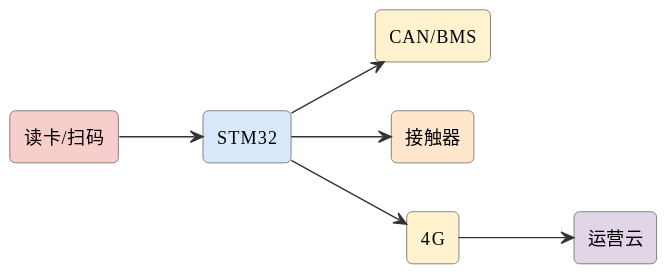
Before: assets/diagrams/ideas-fig68.svg, a diagram exported from PlantUML (mingyi0818/IntelligentMcuCourse).
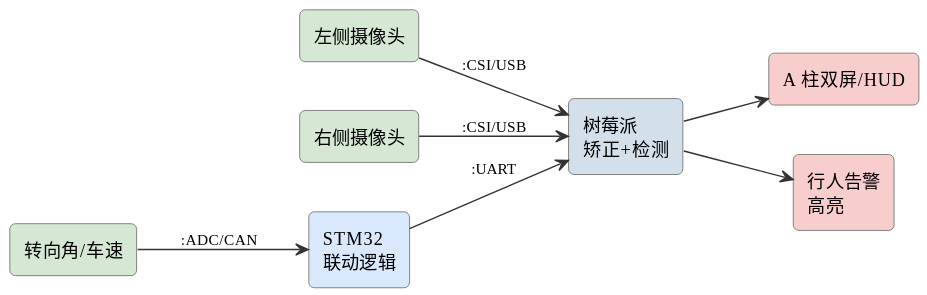
After the change.

The edit, as a diff of the source:
```diff
@@ -6,15 +6,17 @@
 skinparam arrowFontSize 11
 skinparam arrowColor #333
 left to right direction
-rectangle "读卡/扫码" as auth #f8cecc
-rectangle "STM32" as stm #dae8fc
-rectangle "CAN/BMS" as can #fff2cc
-rectangle "接触器" as relay #ffe6cc
-rectangle "4G" as g #fff2cc
-rectangle "运营云" as cloud #e1d5e8
-auth --> stm
-stm --> can
-stm --> relay
-stm --> g
-g --> cloud
+rectangle "左侧摄像头" as camL #d5e8d4
+rectangle "右侧摄像头" as camR #d5e8d4
+rectangle "树莓派\n矫正+检测" as rpi #d3e0ea
+rectangle "转向角/车速" as angle #d5e8d4
+rectangle "STM32\n联动逻辑" as stm #dae8fc
+rectangle "A 柱双屏/HUD" as scr #f8cecc
+rectangle "行人告警\n高亮" as warn #f8cecc
+camL --> rpi : :CSI/USB
+camR --> rpi : :CSI/USB
+angle --> stm : :ADC/CAN
+stm --> rpi : :UART
+rpi --> scr
+rpi --> warn
 @enduml
```
